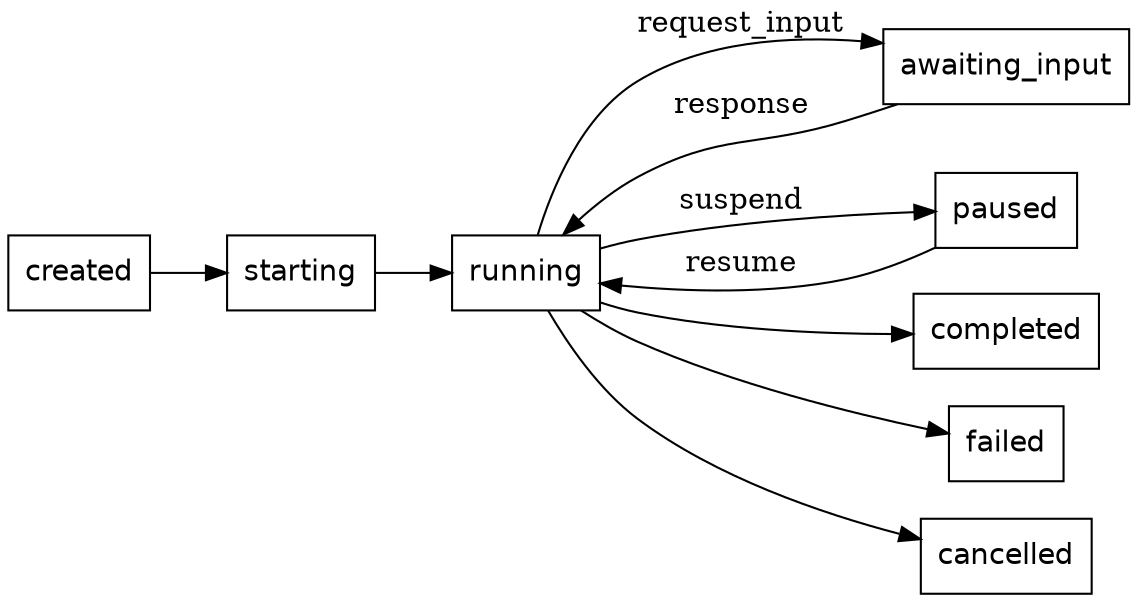
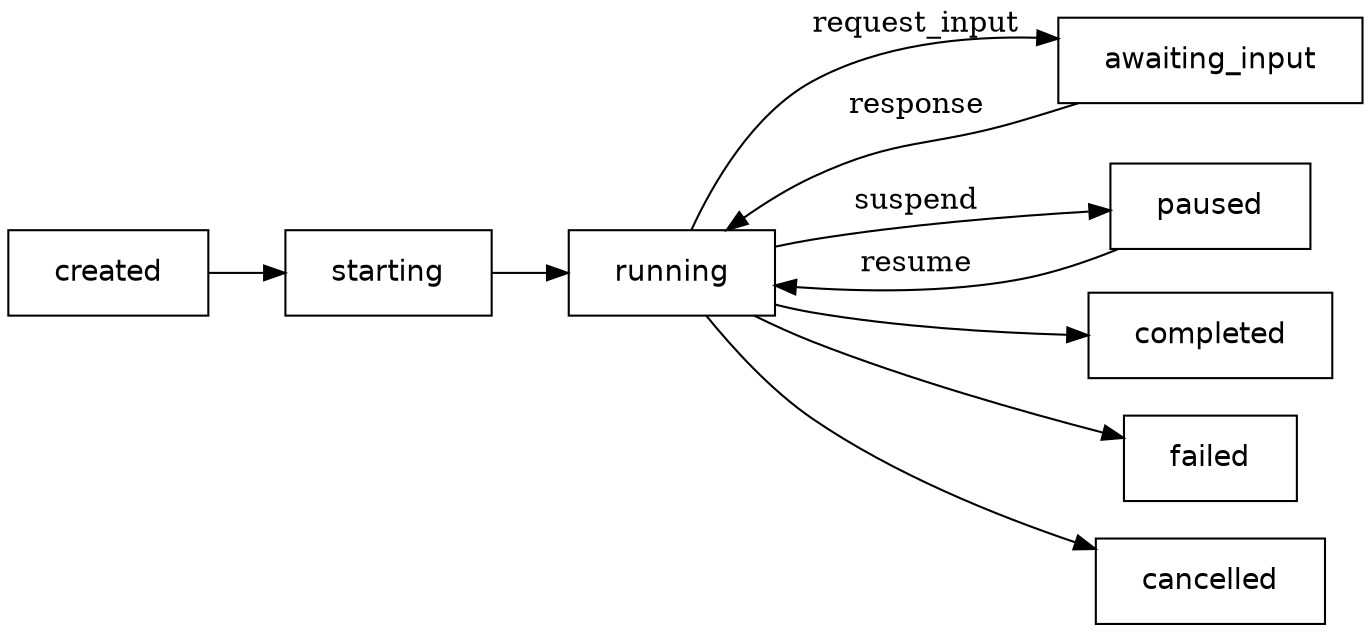
// Instance status state machine — the 8 statuses and their transitions.
digraph instance_status {
  rankdir=LR;
-   node [shape=box, fontname="Helvetica"];
+   node [shape=box, fontsize=14, margin="0.3,0.18", fontname="Helvetica"];

-   created       [label="created"];
-   starting      [label="starting"];
-   running       [label="running"];
-   awaiting      [label="awaiting_input"];
-   paused        [label="paused"];
-   completed     [label="completed"];
-   failed        [label="failed"];
-   cancelled     [label="cancelled"];
+   created       [class="start", label="created"];
+   starting      [class="start", label="starting"];
+   running       [class="active", label="running"];
+   awaiting      [class="wait", label="awaiting_input"];
+   paused        [class="wait", label="paused"];
+   completed     [class="good", label="completed"];
+   failed        [class="bad", label="failed"];
+   cancelled     [class="bad", label="cancelled"];

  created   -> starting;
  starting  -> running;
  running   -> completed;
  running   -> failed;
  running   -> cancelled;
  running   -> awaiting   [label="request_input"];
  awaiting  -> running    [label="response"];
  running   -> paused     [label="suspend"];
  paused    -> running    [label="resume"];
}
